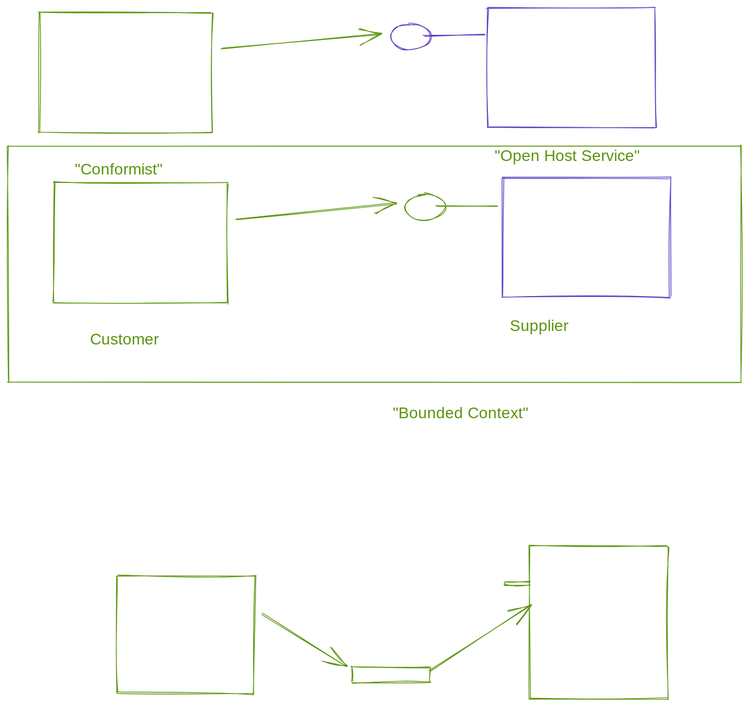
hypertheory-services/microservices-teacher-sept-2022 keeps this Excalidraw diagram as ECommerceSolution/notes/relationships.excalidraw.svg. Above is the earlier version. Source tidied: one line per element, renumbered; positions are measured from the earlier drawing's top-left corner, leaving out a move shared by most shapes. Its diagram source:
```json
{"id": 0, "type": "rectangle", "strokeColor": "#5f3dc4", "strokeWidth": 1, "roughness": 1, "x": 609, "y": 0, "width": 213, "height": 151}
{"id": 1, "type": "line", "strokeColor": "#5f3dc4", "strokeWidth": 1, "roughness": 1, "x": 606, "y": 34, "width": 78, "height": 1, "points": [[0, 0], [-78, 1]]}
{"id": 2, "type": "ellipse", "strokeColor": "#5f3dc4", "strokeWidth": 1, "roughness": 1, "x": 486, "y": 20, "width": 51, "height": 33}
{"id": 3, "type": "rectangle", "strokeColor": "#5c940d", "strokeWidth": 1, "roughness": 1, "x": 39, "y": 6, "width": 220, "height": 152}
{"id": 4, "type": "arrow", "strokeColor": "#5c940d", "strokeWidth": 1, "roughness": 1, "endArrowhead": "arrow", "from": 3, "to": 2, "x": 271, "y": 52, "width": 203, "height": 20, "points": [[0, 0], [203, -20]]}
{"id": 5, "type": "text", "text": "\"Open Host Service\"", "strokeColor": "#5c940d", "strokeWidth": 1, "roughness": 1, "fontSize": 20, "fontFamily": 1, "x": 618, "y": 176, "width": 191, "height": 25}
{"id": 6, "type": "text", "text": "\"Conformist\"", "strokeColor": "#5c940d", "strokeWidth": 1, "roughness": 1, "fontSize": 20, "fontFamily": 1, "x": 85, "y": 193, "width": 116, "height": 25}
{"id": 7, "type": "rectangle", "strokeColor": "#5f3dc4", "strokeWidth": 1, "roughness": 1, "x": 628, "y": 216, "width": 213, "height": 151}
{"id": 8, "type": "line", "strokeColor": "#5c940d", "strokeWidth": 1, "roughness": 1, "x": 622, "y": 251, "width": 78, "height": 1, "points": [[0, 0], [-78, 1]]}
{"id": 9, "type": "ellipse", "strokeColor": "#5c940d", "strokeWidth": 1, "roughness": 1, "x": 505, "y": 236, "width": 51, "height": 33}
{"id": 10, "type": "rectangle", "strokeColor": "#5c940d", "strokeWidth": 1, "roughness": 1, "x": 58, "y": 222, "width": 220, "height": 152}
{"id": 11, "type": "arrow", "strokeColor": "#5c940d", "strokeWidth": 1, "roughness": 1, "endArrowhead": "arrow", "from": 10, "to": 9, "x": 290, "y": 268, "width": 203, "height": 20, "points": [[0, 0], [203, -20]]}
{"id": 12, "type": "text", "text": "Supplier", "strokeColor": "#5c940d", "strokeWidth": 1, "roughness": 1, "fontSize": 20, "fontFamily": 1, "x": 637, "y": 392, "width": 73, "height": 25}
{"id": 13, "type": "text", "text": "Customer", "strokeColor": "#5c940d", "strokeWidth": 1, "roughness": 1, "fontSize": 20, "fontFamily": 1, "x": 104, "y": 409, "width": 91, "height": 25}
{"id": 14, "type": "rectangle", "strokeColor": "#5c940d", "strokeWidth": 1, "roughness": 1, "x": 0, "y": 175, "width": 931, "height": 300}
{"id": 15, "type": "text", "text": "\"Bounded Context\"", "strokeColor": "#5c940d", "strokeWidth": 1, "roughness": 1, "fontSize": 20, "fontFamily": 1, "x": 489, "y": 503, "width": 182, "height": 25}
{"id": 16, "type": "rectangle", "strokeColor": "#5c940d", "strokeWidth": 1, "roughness": 1, "x": 138, "y": 721, "width": 175, "height": 149}
{"id": 17, "type": "arrow", "strokeColor": "#5c940d", "strokeWidth": 1, "roughness": 1, "endArrowhead": "arrow", "from": 16, "x": 322, "y": 769, "width": 107, "height": 66, "points": [[0, 0], [107, 66]]}
{"id": 18, "type": "rectangle", "strokeColor": "#5c940d", "strokeWidth": 1, "roughness": 1, "x": 662, "y": 683, "width": 176, "height": 194}
{"id": 19, "type": "rectangle", "strokeColor": "#5c940d", "strokeWidth": 1, "roughness": 1, "x": 437, "y": 837, "width": 99, "height": 19}
{"id": 20, "type": "arrow", "strokeColor": "#5c940d", "strokeWidth": 1, "roughness": 1, "endArrowhead": "arrow", "from": 19, "x": 536, "y": 842, "width": 128, "height": 85, "points": [[0, 0], [128, -85]]}
{"id": 21, "type": "rectangle", "strokeColor": "#5c940d", "strokeWidth": 1, "roughness": 1, "x": 631, "y": 729, "width": 31, "height": 4}
```
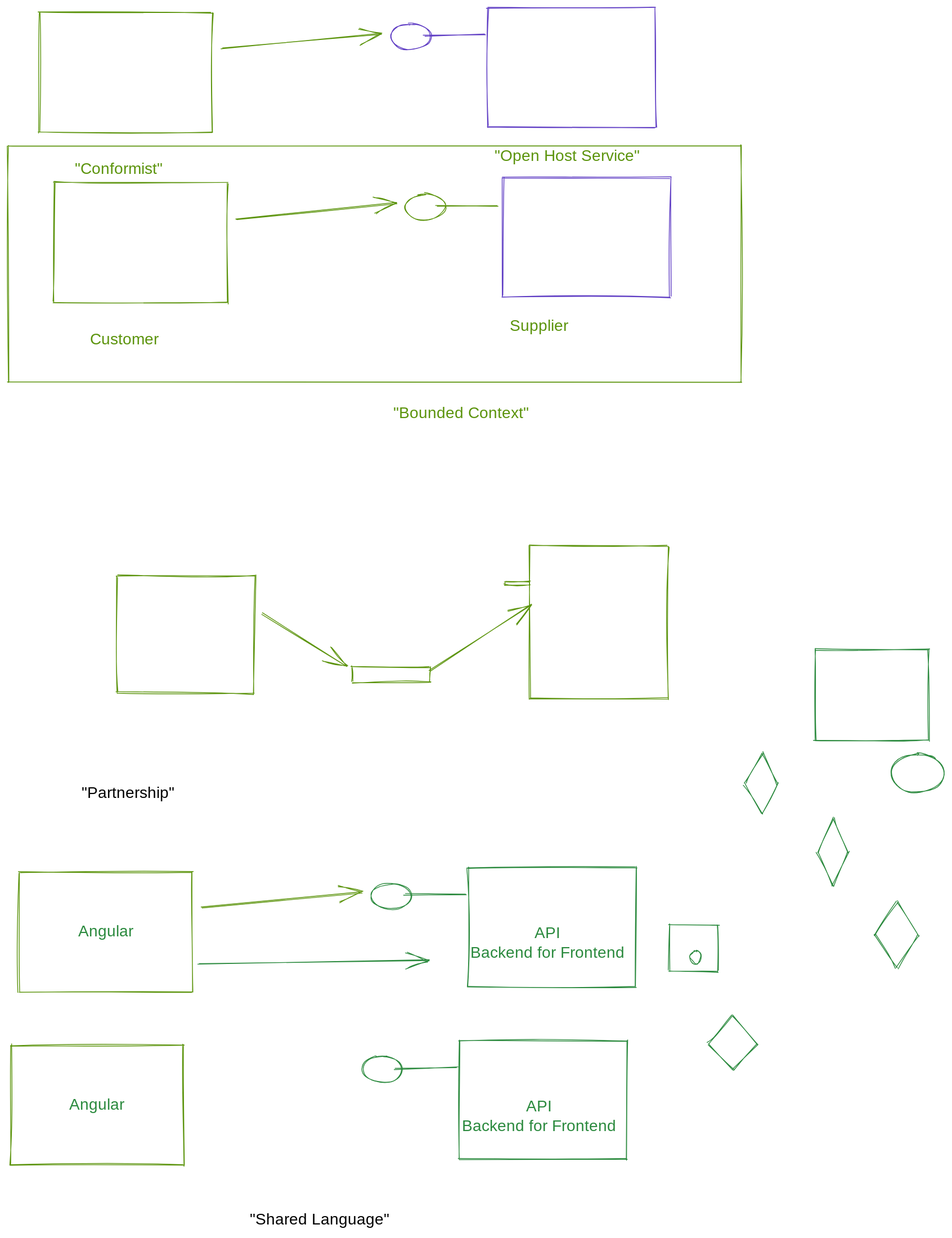
Above is the later version.

What changed in the source:
```diff
@@ -20,3 +20,27 @@
 {"id": 19, "type": "rectangle", "strokeColor": "#5c940d", "strokeWidth": 1, "roughness": 1, "x": 437, "y": 837, "width": 99, "height": 19}
 {"id": 20, "type": "arrow", "strokeColor": "#5c940d", "strokeWidth": 1, "roughness": 1, "endArrowhead": "arrow", "from": 19, "x": 536, "y": 842, "width": 128, "height": 85, "points": [[0, 0], [128, -85]]}
 {"id": 21, "type": "rectangle", "strokeColor": "#5c940d", "strokeWidth": 1, "roughness": 1, "x": 631, "y": 729, "width": 31, "height": 4}
+{"id": 22, "type": "rectangle", "strokeColor": "#2b8a3e", "strokeWidth": 1, "roughness": 1, "x": 584, "y": 1091, "width": 213, "height": 151}
+{"id": 23, "type": "line", "strokeColor": "#2b8a3e", "strokeWidth": 1, "roughness": 1, "x": 581, "y": 1125, "width": 78, "height": 1, "points": [[0, 0], [-78, 1]]}
+{"id": 24, "type": "ellipse", "strokeColor": "#2b8a3e", "strokeWidth": 1, "roughness": 1, "x": 461, "y": 1111, "width": 51, "height": 33}
+{"id": 25, "type": "rectangle", "strokeColor": "#5c940d", "strokeWidth": 1, "roughness": 1, "x": 14, "y": 1097, "width": 220, "height": 152}
+{"id": 26, "type": "arrow", "strokeColor": "#5c940d", "strokeWidth": 1, "roughness": 1, "endArrowhead": "arrow", "from": 25, "to": 24, "x": 246, "y": 1143, "width": 203, "height": 20, "points": [[0, 0], [203, -20]]}
+{"id": 27, "type": "text", "text": "\"Partnership\"", "strokeColor": "#000000", "strokeWidth": 1, "roughness": 1, "fontSize": 20, "fontFamily": 1, "x": 94, "y": 985, "width": 124, "height": 25}
+{"id": 28, "type": "text", "text": "Angular", "strokeColor": "#2b8a3e", "strokeWidth": 1, "roughness": 1, "fontSize": 20, "fontFamily": 1, "textAlign": "center", "verticalAlign": "middle", "inside": 25, "x": 19, "y": 1160, "width": 210, "height": 25}
+{"id": 29, "type": "text", "text": "API\nBackend for Frontend", "strokeColor": "#2b8a3e", "strokeWidth": 1, "roughness": 1, "fontSize": 20, "fontFamily": 1, "textAlign": "center", "x": 578, "y": 1163, "width": 213, "height": 50}
+{"id": 30, "type": "rectangle", "strokeColor": "#2b8a3e", "strokeWidth": 1, "roughness": 1, "x": 840, "y": 1164, "width": 62, "height": 59}
+{"id": 31, "type": "rectangle", "strokeColor": "#2b8a3e", "strokeWidth": 1, "roughness": 1, "x": 1024, "y": 814, "width": 144, "height": 116}
+{"id": 32, "type": "ellipse", "strokeColor": "#2b8a3e", "strokeWidth": 1, "roughness": 1, "x": 1122, "y": 947, "width": 67, "height": 49}
+{"id": 33, "type": "diamond", "strokeColor": "#2b8a3e", "strokeWidth": 1, "roughness": 1, "x": 936, "y": 946, "width": 42, "height": 77}
+{"id": 34, "type": "diamond", "strokeColor": "#2b8a3e", "strokeWidth": 1, "roughness": 1, "x": 1028, "y": 1029, "width": 39, "height": 85}
+{"id": 35, "type": "diamond", "strokeColor": "#2b8a3e", "strokeWidth": 1, "roughness": 1, "x": 1100, "y": 1134, "width": 57, "height": 84}
+{"id": 36, "type": "arrow", "strokeColor": "#2b8a3e", "strokeWidth": 1, "roughness": 1, "endArrowhead": "arrow", "from": 25, "x": 242, "y": 1213, "width": 294, "height": 4, "points": [[0, 0], [294, -4]]}
+{"id": 37, "type": "ellipse", "strokeColor": "#2b8a3e", "strokeWidth": 1, "roughness": 1, "x": 866, "y": 1197, "width": 14, "height": 17}
+{"id": 38, "type": "diamond", "strokeColor": "#2b8a3e", "strokeWidth": 1, "roughness": 1, "x": 890, "y": 1280, "width": 61, "height": 69}
+{"id": 39, "type": "rectangle", "strokeColor": "#2b8a3e", "strokeWidth": 1, "roughness": 1, "x": 573, "y": 1311, "width": 213, "height": 151}
+{"id": 40, "type": "line", "strokeColor": "#2b8a3e", "strokeWidth": 1, "roughness": 1, "x": 570, "y": 1345, "width": 78, "height": 1, "points": [[0, 0], [-78, 1]]}
+{"id": 41, "type": "ellipse", "strokeColor": "#2b8a3e", "strokeWidth": 1, "roughness": 1, "x": 450, "y": 1331, "width": 51, "height": 33}
+{"id": 42, "type": "rectangle", "strokeColor": "#5c940d", "strokeWidth": 1, "roughness": 1, "x": 3, "y": 1317, "width": 220, "height": 152}
+{"id": 43, "type": "text", "text": "Angular", "strokeColor": "#2b8a3e", "strokeWidth": 1, "roughness": 1, "fontSize": 20, "fontFamily": 1, "textAlign": "center", "verticalAlign": "middle", "inside": 42, "x": 8, "y": 1380, "width": 210, "height": 25}
+{"id": 44, "type": "text", "text": "API\nBackend for Frontend", "strokeColor": "#2b8a3e", "strokeWidth": 1, "roughness": 1, "fontSize": 20, "fontFamily": 1, "textAlign": "center", "x": 568, "y": 1383, "width": 213, "height": 50}
+{"id": 45, "type": "text", "text": "\"Shared Language\"", "strokeColor": "#000000", "strokeWidth": 1, "roughness": 1, "fontSize": 20, "fontFamily": 1, "x": 307, "y": 1526, "width": 181, "height": 25}
```
